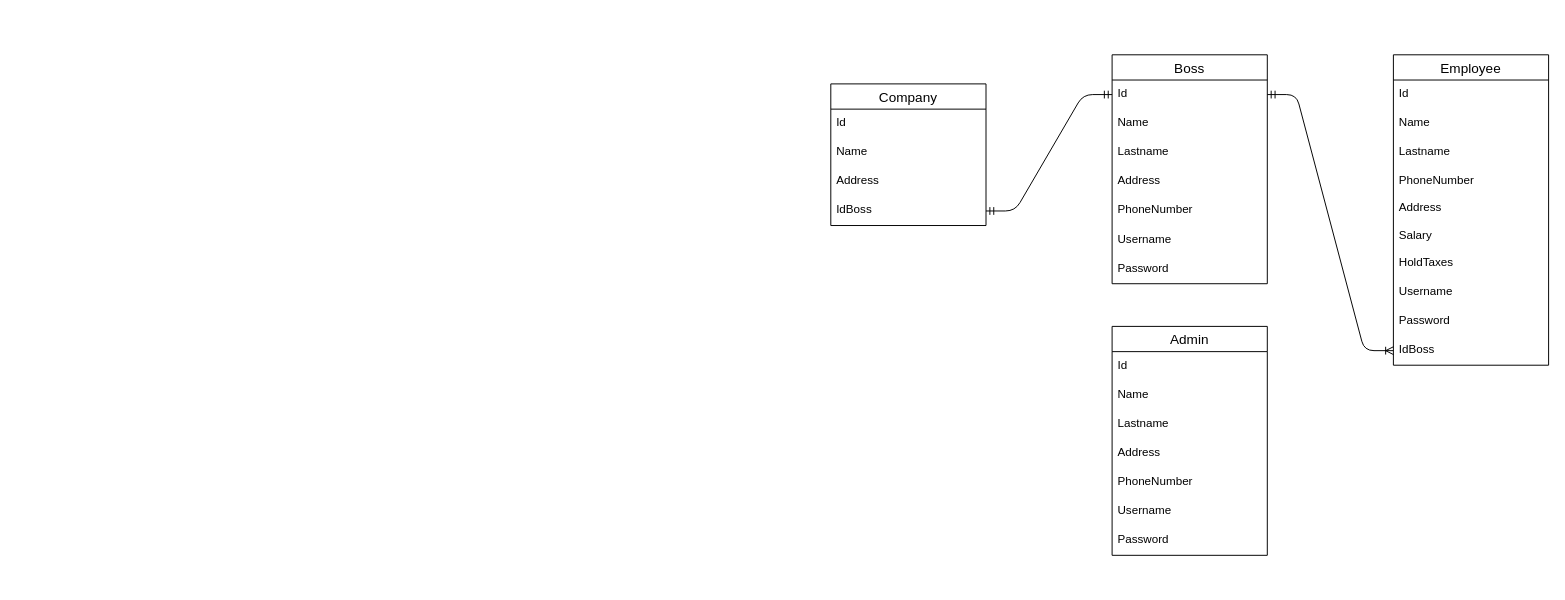
Before: DIAGRAMAS/dataBase.drawio in KenyaPaiz/NominaApi, a draw.io diagram. Source tidied: cells renumbered, new cells numbered last; positions are measured from the earlier drawing's top-left corner, leaving out a move shared by most shapes. Both pictures are drawn from the tidied source at 97%, with x=0, y=0 at pixel (830, 54).
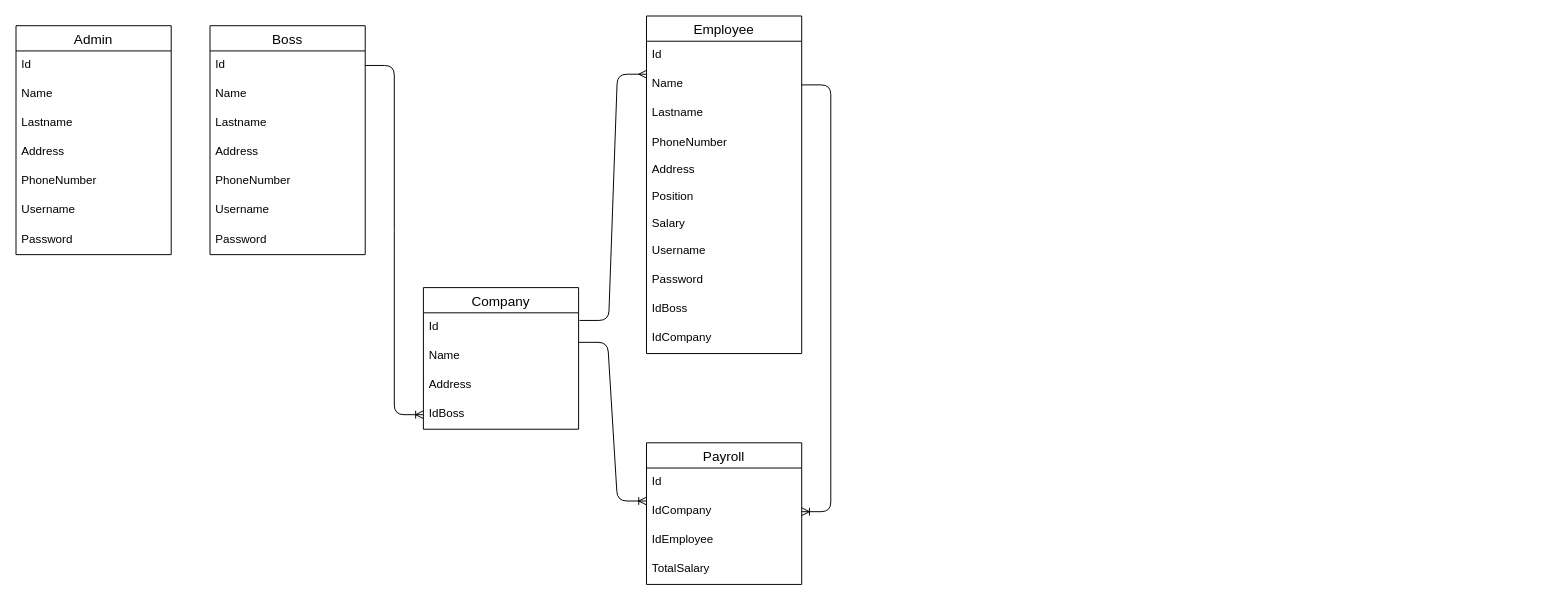
The same diagram, later.

Unchanged cells that the change refers to:
```xml
<mxCell id="12" value="Name" style="text;strokeColor=none;fillColor=none;spacingLeft=4;spacingRight=4;overflow=hidden;points=[[0,0.5],[1,0.5]];portConstraint=eastwest;fontSize=12;" parent="10" vertex="1">
  <mxGeometry y="56" width="160" height="30" as="geometry" />
</mxCell>
<mxCell id="22" value="Id" style="text;strokeColor=none;fillColor=none;spacingLeft=4;spacingRight=4;overflow=hidden;points=[[0,0.5],[1,0.5]];portConstraint=eastwest;fontSize=12;" parent="21" vertex="1">
  <mxGeometry y="26" width="160" height="30" as="geometry" />
</mxCell>
<mxCell id="30" value="Id" style="text;strokeColor=none;fillColor=none;spacingLeft=4;spacingRight=4;overflow=hidden;points=[[0,0.5],[1,0.5]];portConstraint=eastwest;fontSize=12;" parent="29" vertex="1">
  <mxGeometry y="26" width="160" height="30" as="geometry" />
</mxCell>
<mxCell id="33" value="IdBoss" style="text;strokeColor=none;fillColor=none;spacingLeft=4;spacingRight=4;overflow=hidden;points=[[0,0.5],[1,0.5]];portConstraint=eastwest;fontSize=12;" parent="29" vertex="1">
  <mxGeometry y="116" width="160" height="30" as="geometry" />
</mxCell>
```

What changed in the source:
```diff
@@
     <mxCell id="2" value="Admin" style="swimlane;fontStyle=0;horizontal=1;startSize=26;align=center;fontSize=14;" parent="1" vertex="1">
-      <mxGeometry x="290" y="280" width="160" height="236" as="geometry" />
+      <mxGeometry x="-840" y="-30" width="160" height="236" as="geometry" />
     </mxCell>
@@
     <mxCell id="10" value="Employee" style="swimlane;fontStyle=0;horizontal=1;startSize=26;align=center;fontSize=14;" parent="1" vertex="1">
-      <mxGeometry x="580" width="160" height="320" as="geometry" />
+      <mxGeometry x="-190" y="-40" width="160" height="348" as="geometry" />
     </mxCell>
@@
+    <mxCell id="36" value="Position" style="text;strokeColor=none;fillColor=none;spacingLeft=4;spacingRight=4;overflow=hidden;fontSize=12;" parent="10" vertex="1">
+      <mxGeometry y="172" width="160" height="28" as="geometry" />
+    </mxCell>
     <mxCell id="16" value="Salary" style="text;strokeColor=none;fillColor=none;spacingLeft=4;spacingRight=4;overflow=hidden;fontSize=12;" parent="10" vertex="1">
-      <mxGeometry y="172" width="160" height="28" as="geometry" />
+      <mxGeometry y="200" width="160" height="28" as="geometry" />
     </mxCell>
-    <mxCell id="17" value="HoldTaxes" style="text;strokeColor=none;fillColor=none;spacingLeft=4;spacingRight=4;overflow=hidden;fontSize=12;" parent="10" vertex="1">
-      <mxGeometry y="200" width="160" height="30" as="geometry" />
-    </mxCell>
     <mxCell id="18" value="Username" style="text;strokeColor=none;fillColor=none;spacingLeft=4;spacingRight=4;overflow=hidden;fontSize=12;" parent="10" vertex="1">
-      <mxGeometry y="230" width="160" height="30" as="geometry" />
+      <mxGeometry y="228" width="160" height="30" as="geometry" />
     </mxCell>
     <mxCell id="19" value="Password" style="text;strokeColor=none;fillColor=none;spacingLeft=4;spacingRight=4;overflow=hidden;fontSize=12;" parent="10" vertex="1">
-      <mxGeometry y="260" width="160" height="30" as="geometry" />
+      <mxGeometry y="258" width="160" height="30" as="geometry" />
     </mxCell>
     <mxCell id="20" value="IdBoss" style="text;strokeColor=none;fillColor=none;spacingLeft=4;spacingRight=4;overflow=hidden;points=[[0,0.5],[1,0.5]];portConstraint=eastwest;fontSize=12;" parent="10" vertex="1">
-      <mxGeometry y="290" width="160" height="30" as="geometry" />
+      <mxGeometry y="288" width="160" height="30" as="geometry" />
     </mxCell>
+    <mxCell id="17" value="IdCompany&#10;" style="text;strokeColor=none;fillColor=none;spacingLeft=4;spacingRight=4;overflow=hidden;fontSize=12;" parent="10" vertex="1">
+      <mxGeometry y="318" width="160" height="30" as="geometry" />
+    </mxCell>
     <mxCell id="21" value="Boss" style="swimlane;fontStyle=0;horizontal=1;startSize=26;align=center;fontSize=14;" parent="1" vertex="1">
-      <mxGeometry x="290" width="160" height="236" as="geometry" />
+      <mxGeometry x="-640" y="-30" width="160" height="236" as="geometry" />
     </mxCell>
@@
     <mxCell id="29" value="Company" style="swimlane;fontStyle=0;horizontal=1;startSize=26;align=center;fontSize=14;" parent="1" vertex="1">
-      <mxGeometry y="30" width="160" height="146" as="geometry" />
+      <mxGeometry x="-420" y="240" width="160" height="146" as="geometry" />
     </mxCell>
@@
-    <mxCell id="34" style="edgeStyle=entityRelationEdgeStyle;fontSize=12;html=1;endArrow=ERmandOne;startArrow=ERmandOne;entryX=0;entryY=0.5;entryDx=0;entryDy=0;exitX=1;exitY=0.5;exitDx=0;exitDy=0;" parent="1" edge="1" source="33" target="22">
-      <mxGeometry relative="1" as="geometry" />
-    </mxCell>
-    <mxCell id="35" style="edgeStyle=entityRelationEdgeStyle;fontSize=12;html=1;endArrow=ERoneToMany;startArrow=ERmandOne;exitX=1;exitY=0.5;exitDx=0;exitDy=0;entryX=0;entryY=0.5;entryDx=0;entryDy=0;" parent="1" edge="1" source="22" target="20">
-      <mxGeometry relative="1" as="geometry" />
-    </mxCell>
+    <mxCell id="37" value="Payroll" style="swimlane;fontStyle=0;horizontal=1;startSize=26;align=center;fontSize=14;" parent="1" vertex="1">
+      <mxGeometry x="-190" y="400" width="160" height="146" as="geometry" />
+    </mxCell>
+    <mxCell id="38" value="Id" style="text;strokeColor=none;fillColor=none;spacingLeft=4;spacingRight=4;overflow=hidden;fontSize=12;" parent="37" vertex="1">
+      <mxGeometry y="26" width="160" height="30" as="geometry" />
+    </mxCell>
+    <mxCell id="39" value="IdCompany" style="text;strokeColor=none;fillColor=none;spacingLeft=4;spacingRight=4;overflow=hidden;points=[[0,0.5],[1,0.5]];portConstraint=eastwest;fontSize=12;" parent="37" vertex="1">
+      <mxGeometry y="56" width="160" height="30" as="geometry" />
+    </mxCell>
+    <mxCell id="40" value="IdEmployee" style="text;strokeColor=none;fillColor=none;spacingLeft=4;spacingRight=4;overflow=hidden;fontSize=12;" parent="37" vertex="1">
+      <mxGeometry y="86" width="160" height="30" as="geometry" />
+    </mxCell>
+    <mxCell id="41" value="TotalSalary&#10;" style="text;strokeColor=none;fillColor=none;spacingLeft=4;spacingRight=4;overflow=hidden;fontSize=12;" parent="37" vertex="1">
+      <mxGeometry y="116" width="160" height="30" as="geometry" />
+    </mxCell>
+    <mxCell id="42" style="edgeStyle=entityRelationEdgeStyle;fontSize=12;html=1;endArrow=ERoneToMany;exitX=1;exitY=0.5;exitDx=0;exitDy=0;entryX=0;entryY=0.5;entryDx=0;entryDy=0;" parent="1" edge="1" source="22" target="33">
+      <mxGeometry relative="1" as="geometry" />
+    </mxCell>
+    <mxCell id="43" style="edgeStyle=entityRelationEdgeStyle;fontSize=12;html=1;endArrow=ERmany;exitX=1.006;exitY=0.262;exitDx=0;exitDy=0;exitPerimeter=0;" parent="1" edge="1" source="30">
+      <mxGeometry relative="1" as="geometry">
+        <mxPoint x="-190" y="20" as="targetPoint" />
+      </mxGeometry>
+    </mxCell>
+    <mxCell id="44" style="edgeStyle=entityRelationEdgeStyle;fontSize=12;html=1;endArrow=ERoneToMany;exitX=1;exitY=1.014;exitDx=0;exitDy=0;exitPerimeter=0;" parent="1" edge="1" source="30">
+      <mxGeometry relative="1" as="geometry">
+        <mxPoint x="-190" y="460" as="targetPoint" />
+      </mxGeometry>
+    </mxCell>
+    <mxCell id="45" style="edgeStyle=entityRelationEdgeStyle;fontSize=12;html=1;endArrow=ERoneToMany;exitX=1;exitY=0.5;exitDx=0;exitDy=0;entryX=1;entryY=0.5;entryDx=0;entryDy=0;" parent="1" edge="1" source="12" target="39">
+      <mxGeometry relative="1" as="geometry" />
+    </mxCell>
```
